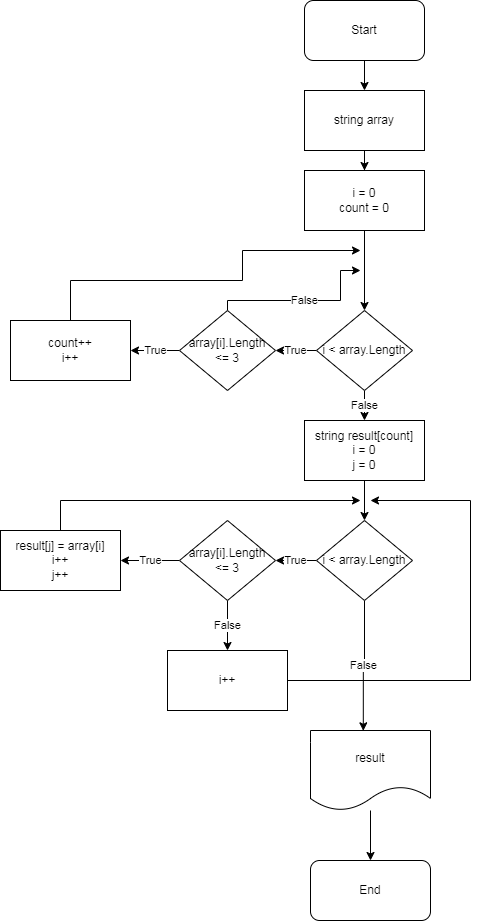
The draw.io diagram Diagram.png in MathyWay/VerificationWork, before a commit. Source tidied: cells renumbered, new cells last; positions are measured from the earlier drawing's top-left corner, leaving out a move shared by most shapes.
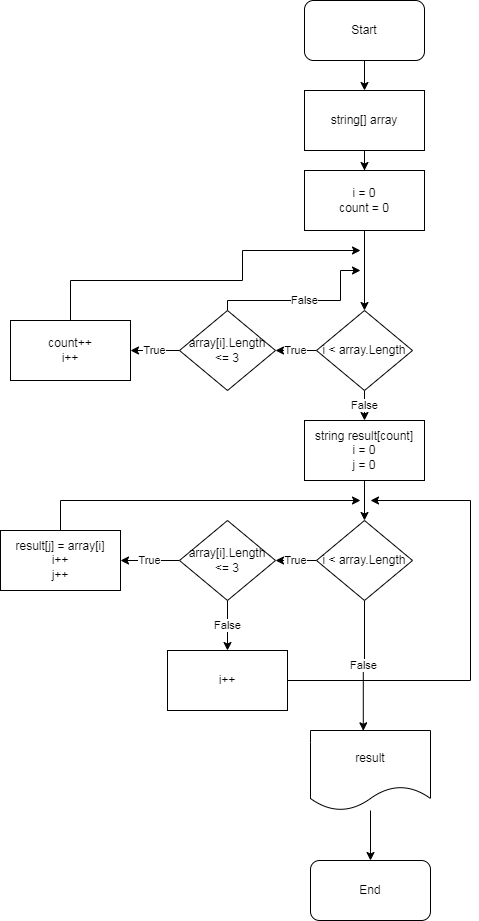
The same file after the commit.

Commit message:
Found mistake in array setting up

Diff of the diagram source:
```diff
@@ -11,7 +11,7 @@
     <mxCell id="4" style="edgeStyle=orthogonalEdgeStyle;rounded=0;jettySize=auto;html=1;" parent="1" edge="1" source="5" target="7">
       <mxGeometry relative="1" as="geometry" />
     </mxCell>
-    <mxCell id="5" value="string array" style="rounded=0;whiteSpace=wrap;html=1;" parent="1" vertex="1">
+    <mxCell id="5" value="string[] array" style="rounded=0;whiteSpace=wrap;html=1;" parent="1" vertex="1">
       <mxGeometry x="304" y="90" width="120" height="60" as="geometry" />
     </mxCell>
     <mxCell id="6" style="edgeStyle=orthogonalEdgeStyle;rounded=0;jettySize=auto;html=1;" parent="1" edge="1" source="7" target="10">
```
